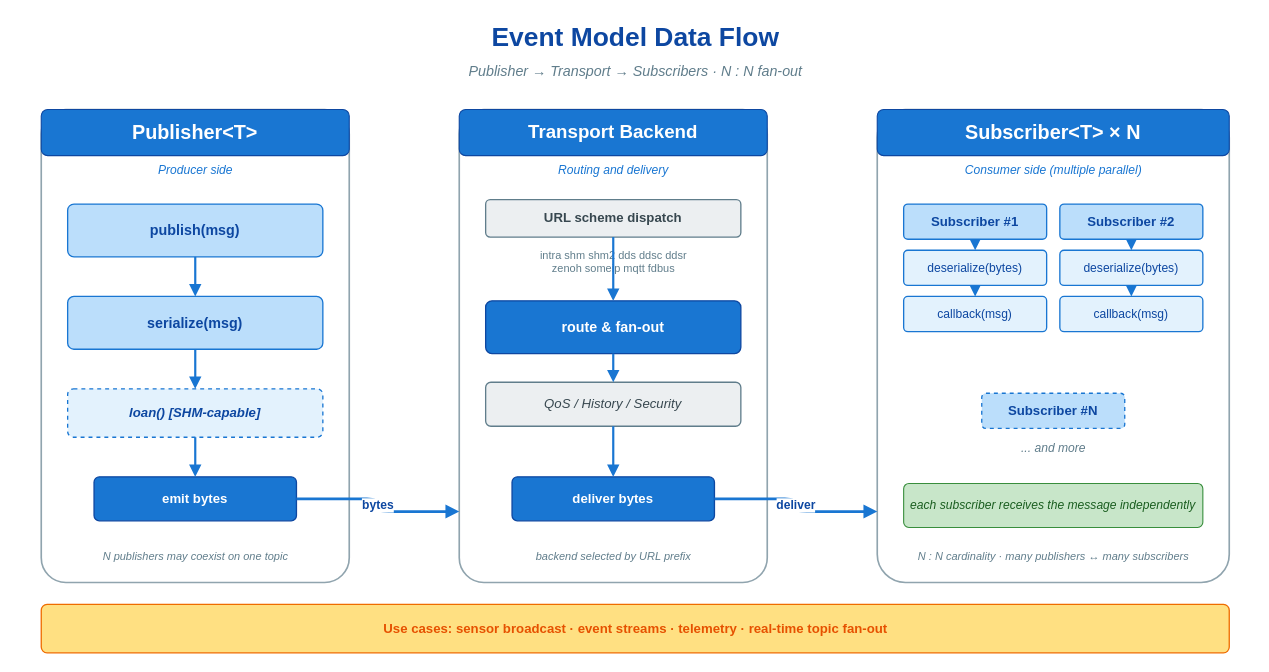
thun-res/vlink keeps this draw.io diagram as doc/images/event-dataflow.drawio. Above is the earlier version. Source tidied: cells renumbered, new cells numbered last; positions are measured from the earlier drawing's top-left corner, leaving out a move shared by most shapes. Both pictures are drawn from the tidied source at 110%, with x=0, y=0 at pixel (19, 19).
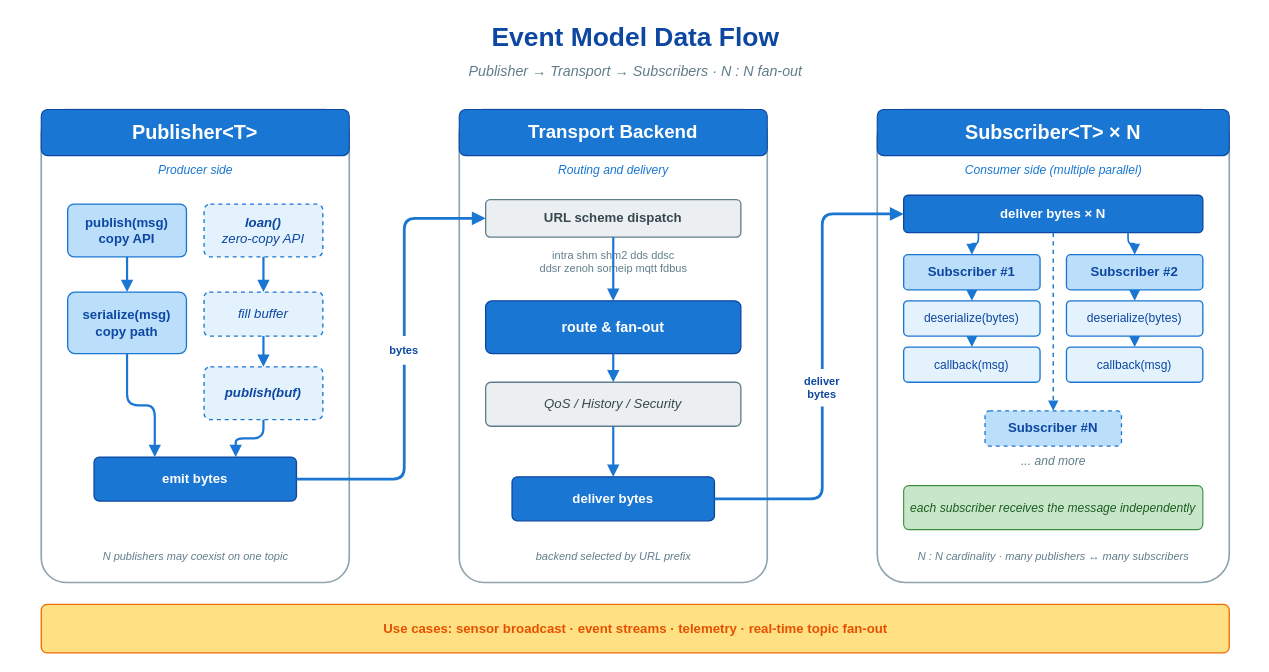
After the change.

The change refers to these unchanged cells:
```xml
<mxCell id="15" style="rounded=1;whiteSpace=wrap;html=1;fillColor=#ffffff;strokeColor=#90a4ae;strokeWidth=1.5;arcSize=8;shadow=0;" parent="1" vertex="1">
  <mxGeometry x="400" y="82" width="280" height="430" as="geometry" />
</mxCell>
<mxCell id="18" value="&lt;b&gt;URL scheme dispatch&lt;/b&gt;" style="rounded=1;whiteSpace=wrap;html=1;fillColor=#eceff1;strokeColor=#607d8b;strokeWidth=1.2;arcSize=12;shadow=0;fontSize=12;fontFamily=Helvetica;fontStyle=1;fontColor=#37474f;" parent="1" vertex="1">
  <mxGeometry x="424" y="164" width="232" height="34" as="geometry" />
</mxCell>
<mxCell id="22" value="deliver bytes" style="rounded=1;whiteSpace=wrap;html=1;fillColor=#1976d2;strokeColor=#0d47a1;strokeWidth=1.2;arcSize=12;shadow=0;fontSize=12;fontFamily=Helvetica;fontStyle=1;fontColor=#ffffff;" parent="1" vertex="1">
  <mxGeometry x="448" y="416" width="184" height="40" as="geometry" />
</mxCell>
<mxCell id="27" style="rounded=1;whiteSpace=wrap;html=1;fillColor=#ffffff;strokeColor=#90a4ae;strokeWidth=1.5;arcSize=8;shadow=0;" parent="1" vertex="1">
  <mxGeometry x="780" y="82" width="320" height="430" as="geometry" />
</mxCell>
```

What changed in the source:
```diff
@@
-    <mxCell id="7" value="&lt;b&gt;publish(msg)&lt;/b&gt;" style="rounded=1;whiteSpace=wrap;html=1;fillColor=#bbdefb;strokeColor=#1976d2;strokeWidth=1.2;arcSize=12;shadow=0;fontSize=13;fontFamily=Helvetica;fontStyle=1;fontColor=#0d47a1;" parent="1" vertex="1">
-      <mxGeometry x="44" y="168" width="232" height="48" as="geometry" />
+    <mxCell id="7" value="&lt;b&gt;publish(msg)&lt;/b&gt;&#10;copy API" style="rounded=1;whiteSpace=wrap;html=1;fillColor=#bbdefb;strokeColor=#1976d2;strokeWidth=1.2;arcSize=12;shadow=0;fontSize=12;fontFamily=Helvetica;fontStyle=1;fontColor=#0d47a1;" parent="1" vertex="1">
+      <mxGeometry x="44" y="168" width="108" height="48" as="geometry" />
     </mxCell>
-    <mxCell id="8" value="&lt;b&gt;serialize(msg)&lt;/b&gt;" style="rounded=1;whiteSpace=wrap;html=1;fillColor=#bbdefb;strokeColor=#1976d2;strokeWidth=1.2;arcSize=12;shadow=0;fontSize=13;fontFamily=Helvetica;fontStyle=1;fontColor=#0d47a1;" parent="1" vertex="1">
-      <mxGeometry x="44" y="252" width="232" height="48" as="geometry" />
+    <mxCell id="8" value="&lt;b&gt;serialize(msg)&lt;/b&gt;&#10;copy path" style="rounded=1;whiteSpace=wrap;html=1;fillColor=#bbdefb;strokeColor=#1976d2;strokeWidth=1.2;arcSize=12;shadow=0;fontSize=12;fontFamily=Helvetica;fontStyle=1;fontColor=#0d47a1;" parent="1" vertex="1">
+      <mxGeometry x="44" y="248" width="108" height="56" as="geometry" />
     </mxCell>
-    <mxCell id="9" value="&lt;b&gt;loan() [SHM-capable]&lt;/b&gt;" style="rounded=1;whiteSpace=wrap;html=1;fillColor=#e3f2fd;strokeColor=#1976d2;strokeWidth=1.2;arcSize=12;shadow=0;dashed=1;fontSize=12;fontFamily=Helvetica;fontStyle=2;fontColor=#0d47a1;" parent="1" vertex="1">
-      <mxGeometry x="44" y="336" width="232" height="44" as="geometry" />
+    <mxCell id="9" value="&lt;b&gt;loan()&lt;/b&gt;&#10;zero-copy API" style="rounded=1;whiteSpace=wrap;html=1;fillColor=#e3f2fd;strokeColor=#1976d2;strokeWidth=1.2;arcSize=12;shadow=0;dashed=1;fontSize=12;fontFamily=Helvetica;fontStyle=2;fontColor=#0d47a1;" parent="1" vertex="1">
+      <mxGeometry x="168" y="168" width="108" height="48" as="geometry" />
     </mxCell>
+    <mxCell id="48" value="fill buffer" style="rounded=1;whiteSpace=wrap;html=1;fillColor=#e3f2fd;strokeColor=#1976d2;strokeWidth=1.2;arcSize=12;shadow=0;dashed=1;fontSize=12;fontFamily=Helvetica;fontStyle=2;fontColor=#0d47a1;" parent="1" vertex="1">
+      <mxGeometry x="168" y="248" width="108" height="40" as="geometry" />
+    </mxCell>
+    <mxCell id="49" value="&lt;b&gt;publish(buf)&lt;/b&gt;" style="rounded=1;whiteSpace=wrap;html=1;fillColor=#e3f2fd;strokeColor=#1976d2;strokeWidth=1.2;arcSize=12;shadow=0;dashed=1;fontSize=12;fontFamily=Helvetica;fontStyle=2;fontColor=#0d47a1;" parent="1" vertex="1">
+      <mxGeometry x="168" y="316" width="108" height="48" as="geometry" />
+    </mxCell>
     <mxCell id="10" value="emit bytes" style="rounded=1;whiteSpace=wrap;html=1;fillColor=#1976d2;strokeColor=#0d47a1;strokeWidth=1.2;arcSize=12;shadow=0;fontSize=12;fontFamily=Helvetica;fontStyle=1;fontColor=#ffffff;" parent="1" vertex="1">
-      <mxGeometry x="68" y="416" width="184" height="40" as="geometry" />
+      <mxGeometry x="68" y="398" width="184" height="40" as="geometry" />
     </mxCell>
-    <mxCell id="11" style="endArrow=block;endFill=1;html=1;strokeWidth=2;strokeColor=#1976d2;exitX=0.5;exitY=1;entryX=0.5;entryY=0;rounded=1;" parent="1" edge="1" source="7" target="8">
+    <mxCell id="11" style="endArrow=block;endFill=1;html=1;strokeWidth=2;strokeColor=#1976d2;edgeStyle=orthogonalEdgeStyle;exitX=0.5;exitY=1;entryX=0.5;entryY=0;rounded=1;" parent="1" edge="1" source="7" target="8">
       <mxGeometry relative="1" as="geometry" />
     </mxCell>
-    <mxCell id="12" style="endArrow=block;endFill=1;html=1;strokeWidth=2;strokeColor=#1976d2;exitX=0.5;exitY=1;entryX=0.5;entryY=0;rounded=1;" parent="1" edge="1" source="8" target="9">
+    <mxCell id="12" style="endArrow=block;endFill=1;html=1;strokeWidth=2;strokeColor=#1976d2;edgeStyle=orthogonalEdgeStyle;exitX=0.5;exitY=1;entryX=0.5;entryY=0;rounded=1;" parent="1" edge="1" source="9" target="48">
       <mxGeometry relative="1" as="geometry" />
     </mxCell>
-    <mxCell id="13" style="endArrow=block;endFill=1;html=1;strokeWidth=2;strokeColor=#1976d2;exitX=0.5;exitY=1;entryX=0.5;entryY=0;rounded=1;" parent="1" edge="1" source="9" target="10">
+    <mxCell id="13" style="endArrow=block;endFill=1;html=1;strokeWidth=2;strokeColor=#1976d2;edgeStyle=orthogonalEdgeStyle;exitX=0.5;exitY=1;entryX=0.3;entryY=0;rounded=1;" parent="1" edge="1" source="8" target="10">
       <mxGeometry relative="1" as="geometry" />
     </mxCell>
+    <mxCell id="50" style="endArrow=block;endFill=1;html=1;strokeWidth=2;strokeColor=#1976d2;edgeStyle=orthogonalEdgeStyle;exitX=0.5;exitY=1;entryX=0.5;entryY=0;rounded=1;" parent="1" edge="1" source="48" target="49">
+      <mxGeometry relative="1" as="geometry" />
+    </mxCell>
+    <mxCell id="51" style="endArrow=block;endFill=1;html=1;strokeWidth=2;strokeColor=#1976d2;edgeStyle=orthogonalEdgeStyle;exitX=0.5;exitY=1;entryX=0.7;entryY=0;rounded=1;" parent="1" edge="1" source="49" target="10">
+      <mxGeometry relative="1" as="geometry" />
+    </mxCell>
@@
-    <mxCell id="19" value="intra  shm  shm2  dds  ddsc  ddsr&#10;zenoh  someip  mqtt  fdbus" style="text;html=1;align=center;verticalAlign=middle;strokeColor=none;fillColor=none;fontFamily=Helvetica;fontSize=10;fontStyle=0;fontColor=#607d8b;" parent="1" vertex="1">
+    <mxCell id="19" value="intra  shm  shm2  dds  ddsc&#10;ddsr  zenoh  someip  mqtt  fdbus" style="text;html=1;align=center;verticalAlign=middle;strokeColor=none;fillColor=none;fontFamily=Helvetica;fontSize=10;fontStyle=0;fontColor=#607d8b;" parent="1" vertex="1">
       <mxGeometry x="424" y="200" width="232" height="40" as="geometry" />
     </mxCell>
@@
+    <mxCell id="52" value="deliver bytes  ×  N" style="rounded=1;whiteSpace=wrap;html=1;fillColor=#1976d2;strokeColor=#0d47a1;strokeWidth=1.2;arcSize=12;shadow=0;fontSize=12;fontFamily=Helvetica;fontStyle=1;fontColor=#ffffff;" parent="1" vertex="1">
+      <mxGeometry x="804" y="160" width="272" height="34" as="geometry" />
+    </mxCell>
     <mxCell id="30" value="&lt;b&gt;Subscriber #1&lt;/b&gt;" style="rounded=1;whiteSpace=wrap;html=1;fillColor=#bbdefb;strokeColor=#1976d2;strokeWidth=1.2;arcSize=12;shadow=0;fontSize=12;fontFamily=Helvetica;fontStyle=1;fontColor=#0d47a1;" parent="1" vertex="1">
-      <mxGeometry x="804" y="168" width="130" height="32" as="geometry" />
+      <mxGeometry x="804" y="214" width="124" height="32" as="geometry" />
     </mxCell>
     <mxCell id="31" value="deserialize(bytes)" style="rounded=1;whiteSpace=wrap;html=1;fillColor=#e3f2fd;strokeColor=#1976d2;strokeWidth=1.2;arcSize=12;shadow=0;fontSize=11;fontFamily=Helvetica;fontColor=#0d47a1;" parent="1" vertex="1">
-      <mxGeometry x="804" y="210" width="130" height="32" as="geometry" />
+      <mxGeometry x="804" y="256" width="124" height="32" as="geometry" />
     </mxCell>
     <mxCell id="32" value="callback(msg)" style="rounded=1;whiteSpace=wrap;html=1;fillColor=#e3f2fd;strokeColor=#1976d2;strokeWidth=1.2;arcSize=12;shadow=0;fontSize=11;fontFamily=Helvetica;fontColor=#0d47a1;" parent="1" vertex="1">
-      <mxGeometry x="804" y="252" width="130" height="32" as="geometry" />
+      <mxGeometry x="804" y="298" width="124" height="32" as="geometry" />
     </mxCell>
@@
     <mxCell id="35" value="&lt;b&gt;Subscriber #2&lt;/b&gt;" style="rounded=1;whiteSpace=wrap;html=1;fillColor=#bbdefb;strokeColor=#1976d2;strokeWidth=1.2;arcSize=12;shadow=0;fontSize=12;fontFamily=Helvetica;fontStyle=1;fontColor=#0d47a1;" parent="1" vertex="1">
-      <mxGeometry x="946" y="168" width="130" height="32" as="geometry" />
+      <mxGeometry x="952" y="214" width="124" height="32" as="geometry" />
     </mxCell>
     <mxCell id="36" value="deserialize(bytes)" style="rounded=1;whiteSpace=wrap;html=1;fillColor=#e3f2fd;strokeColor=#1976d2;strokeWidth=1.2;arcSize=12;shadow=0;fontSize=11;fontFamily=Helvetica;fontColor=#0d47a1;" parent="1" vertex="1">
-      <mxGeometry x="946" y="210" width="130" height="32" as="geometry" />
+      <mxGeometry x="952" y="256" width="124" height="32" as="geometry" />
     </mxCell>
     <mxCell id="37" value="callback(msg)" style="rounded=1;whiteSpace=wrap;html=1;fillColor=#e3f2fd;strokeColor=#1976d2;strokeWidth=1.2;arcSize=12;shadow=0;fontSize=11;fontFamily=Helvetica;fontColor=#0d47a1;" parent="1" vertex="1">
-      <mxGeometry x="946" y="252" width="130" height="32" as="geometry" />
+      <mxGeometry x="952" y="298" width="124" height="32" as="geometry" />
     </mxCell>
@@
     <mxCell id="40" value="&lt;b&gt;Subscriber #N&lt;/b&gt;" style="rounded=1;whiteSpace=wrap;html=1;fillColor=#bbdefb;strokeColor=#1976d2;strokeWidth=1.2;arcSize=12;shadow=0;dashed=1;fontSize=12;fontFamily=Helvetica;fontStyle=1;fontColor=#0d47a1;" parent="1" vertex="1">
-      <mxGeometry x="875" y="340" width="130" height="32" as="geometry" />
+      <mxGeometry x="878" y="356" width="124" height="32" as="geometry" />
     </mxCell>
     <mxCell id="41" value="... and more" style="text;html=1;align=center;verticalAlign=middle;strokeColor=none;fillColor=none;fontFamily=Helvetica;fontSize=11;fontStyle=2;fontColor=#607d8b;" parent="1" vertex="1">
-      <mxGeometry x="804" y="380" width="272" height="20" as="geometry" />
+      <mxGeometry x="804" y="392" width="272" height="20" as="geometry" />
     </mxCell>
     <mxCell id="42" value="each subscriber receives the message independently" style="rounded=1;whiteSpace=wrap;html=1;fillColor=#c8e6c9;strokeColor=#388e3c;strokeWidth=1;arcSize=12;shadow=0;fontSize=11;fontStyle=2;fontColor=#1b5e20;fontFamily=Helvetica;align=center;verticalAlign=middle;" parent="1" vertex="1">
-      <mxGeometry x="804" y="422" width="272" height="40" as="geometry" />
+      <mxGeometry x="804" y="424" width="272" height="40" as="geometry" />
     </mxCell>
+    <mxCell id="53" style="endArrow=block;endFill=1;html=1;strokeWidth=1.5;strokeColor=#1976d2;edgeStyle=orthogonalEdgeStyle;exitX=0.25;exitY=1;entryX=0.5;entryY=0;rounded=1;" parent="1" edge="1" source="52" target="30">
+      <mxGeometry relative="1" as="geometry" />
+    </mxCell>
+    <mxCell id="54" style="endArrow=block;endFill=1;html=1;strokeWidth=1.5;strokeColor=#1976d2;edgeStyle=orthogonalEdgeStyle;exitX=0.75;exitY=1;entryX=0.5;entryY=0;rounded=1;" parent="1" edge="1" source="52" target="35">
+      <mxGeometry relative="1" as="geometry" />
+    </mxCell>
+    <mxCell id="55" style="endArrow=block;endFill=1;html=1;strokeWidth=1.3;strokeColor=#1976d2;dashed=1;edgeStyle=orthogonalEdgeStyle;exitX=0.5;exitY=1;entryX=0.5;entryY=0;rounded=1;" parent="1" edge="1" source="52" target="40">
+      <mxGeometry relative="1" as="geometry" />
+    </mxCell>
@@
-    <mxCell id="44" value="&lt;b&gt;bytes&lt;/b&gt;" style="endArrow=block;endFill=1;html=1;strokeWidth=2.5;strokeColor=#1976d2;edgeStyle=orthogonalEdgeStyle;rounded=1;fontSize=11;fontFamily=Helvetica;fontStyle=1;fontColor=#0d47a1;labelBackgroundColor=#ffffff;exitX=1;exitY=0.5;entryX=0;entryY=0.85;" parent="1" edge="1" source="10" target="15">
-      <mxGeometry relative="1" as="geometry" />
+    <mxCell id="44" style="endArrow=block;endFill=1;html=1;strokeWidth=2.5;strokeColor=#1976d2;edgeStyle=orthogonalEdgeStyle;rounded=1;exitX=1;exitY=0.5;entryX=0;entryY=0.5;" parent="1" edge="1" source="10" target="18">
+      <mxGeometry relative="1" as="geometry">
+        <Array as="points">
+          <mxPoint x="350" y="418" />
+          <mxPoint x="350" y="181" />
+        </Array>
+      </mxGeometry>
     </mxCell>
-    <mxCell id="45" value="&lt;b&gt;deliver&lt;/b&gt;" style="endArrow=block;endFill=1;html=1;strokeWidth=2.5;strokeColor=#1976d2;edgeStyle=orthogonalEdgeStyle;rounded=1;exitX=1;exitY=0.5;entryX=0;entryY=0.85;fontSize=11;fontFamily=Helvetica;fontStyle=1;fontColor=#0d47a1;labelBackgroundColor=#ffffff;" parent="1" edge="1" source="22" target="27">
-      <mxGeometry relative="1" as="geometry" />
+    <mxCell id="45" style="endArrow=block;endFill=1;html=1;strokeWidth=2.5;strokeColor=#1976d2;edgeStyle=orthogonalEdgeStyle;rounded=1;exitX=1;exitY=0.5;entryX=0;entryY=0.5;" parent="1" edge="1" source="22" target="52">
+      <mxGeometry relative="1" as="geometry">
+        <Array as="points">
+          <mxPoint x="730" y="436" />
+          <mxPoint x="730" y="177" />
+        </Array>
+      </mxGeometry>
     </mxCell>
+    <mxCell id="56" value="bytes" style="rounded=1;whiteSpace=wrap;html=1;align=center;verticalAlign=middle;strokeColor=none;fillColor=#ffffff;fontFamily=Helvetica;fontSize=10;fontStyle=1;fontColor=#0d47a1;" parent="1" vertex="1">
+      <mxGeometry x="314" y="288" width="72" height="26" as="geometry" />
+    </mxCell>
+    <mxCell id="57" value="deliver&#10;bytes" style="rounded=1;whiteSpace=wrap;html=1;align=center;verticalAlign=middle;strokeColor=none;fillColor=#ffffff;fontFamily=Helvetica;fontSize=10;fontStyle=1;fontColor=#0d47a1;" parent="1" vertex="1">
+      <mxGeometry x="694" y="318" width="72" height="34" as="geometry" />
+    </mxCell>
```
